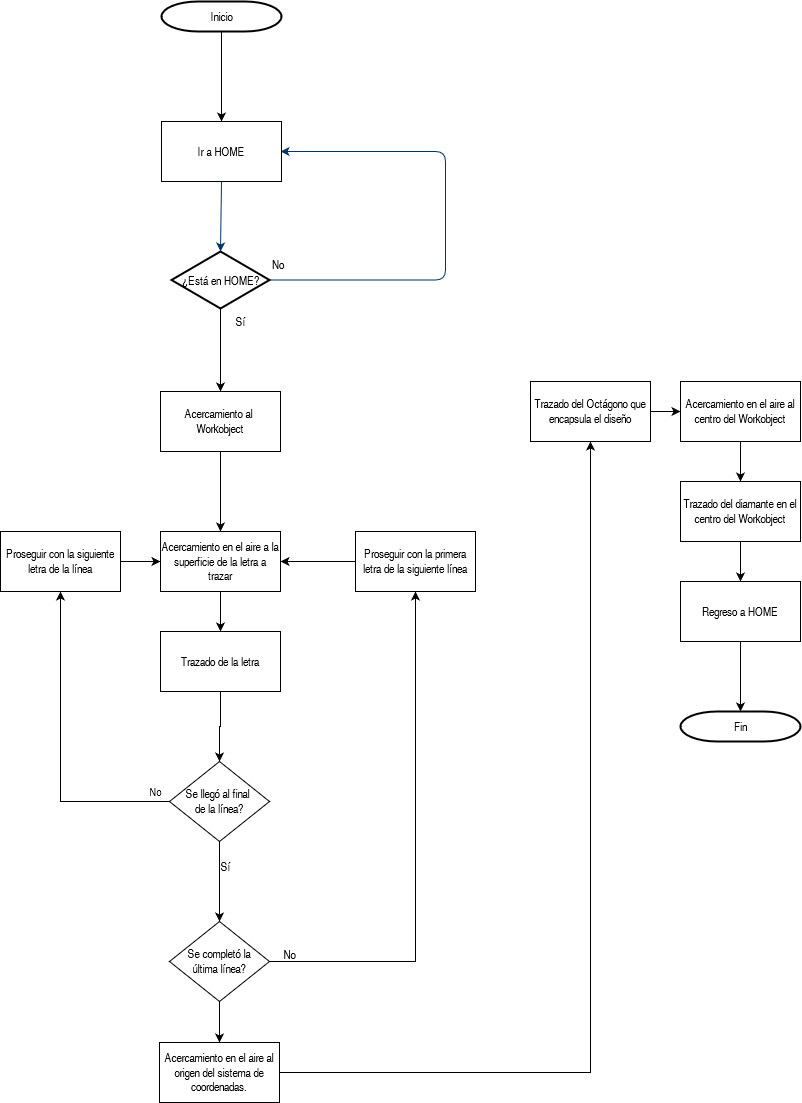
Before: Lab1/Imgs/RobotLab1_drawio.png, a diagram exported from draw.io (cafsanchezdi/Robotica2023-2). Source tidied: cells renumbered, new cells last; positions are measured from the earlier drawing's top-left corner, leaving out a move shared by most shapes.
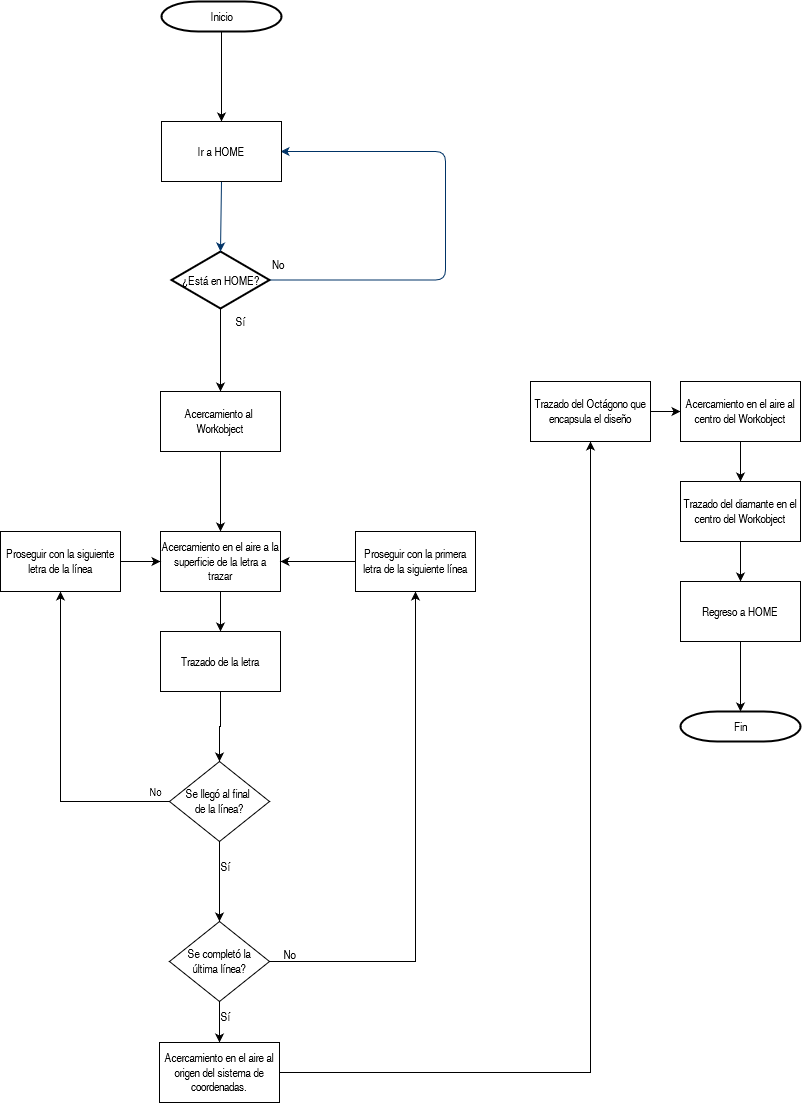
Later version of the same file.

What changed in the source:
```diff
@@ -129,5 +129,8 @@
     <mxCell id="40" value="Regreso a HOME" style="whiteSpace=wrap;html=1;" parent="1" vertex="1">
       <mxGeometry x="680" y="580" width="120" height="60" as="geometry" />
     </mxCell>
+    <mxCell id="41" value="Sí" style="text;html=1;align=center;verticalAlign=middle;strokeColor=none;fillColor=none;" parent="1" vertex="1">
+      <mxGeometry x="210" y="1000" width="30" height="30" as="geometry" />
+    </mxCell>
   </root>
 </mxGraphModel>
```
